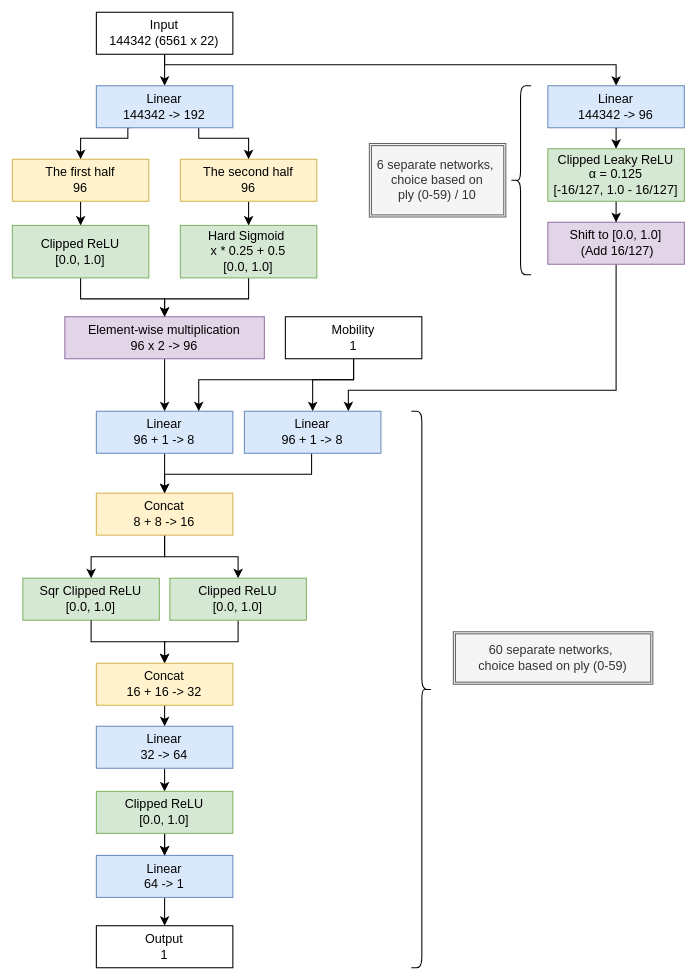
Earlier version of the draw.io export docs/img/nn_architecture.svg (natsutteatsuiyone/neural-reversi). Source tidied: cells renumbered, new cells last; positions are measured from the earlier drawing's top-left corner, leaving out a move shared by most shapes.
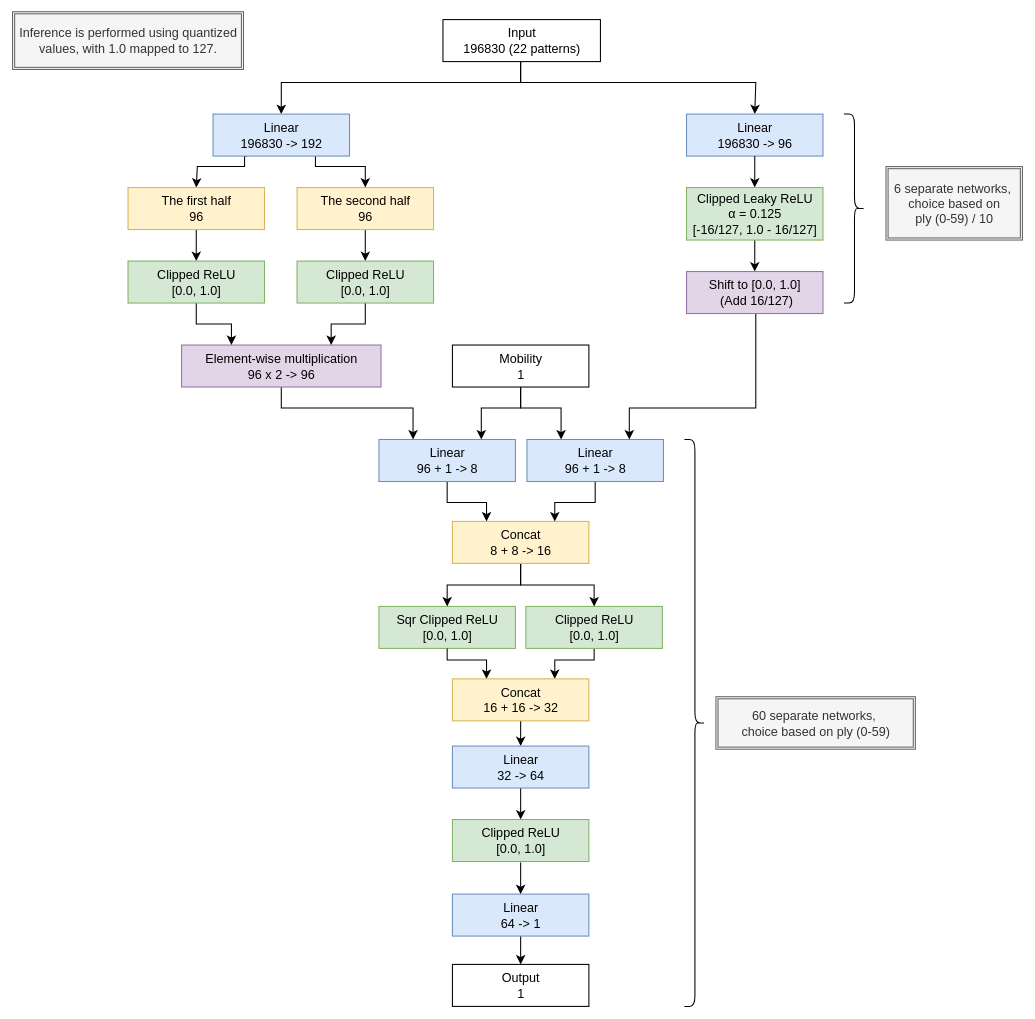
After the change.

Diff of the diagram source:
```diff
@@ -4,17 +4,22 @@
     <mxCell id="1" parent="0" />
+    <mxCell id="3" style="edgeStyle=orthogonalEdgeStyle;rounded=0;jettySize=auto;html=1;entryX=0.5;entryY=0;entryDx=0;entryDy=0;" parent="1" edge="1" source="4" target="30">
+      <mxGeometry relative="1" as="geometry">
+        <Array as="points">
+          <mxPoint x="464" y="40" />
+          <mxPoint x="688" y="40" />
+        </Array>
+      </mxGeometry>
+    </mxCell>
-    <mxCell id="2" style="edgeStyle=orthogonalEdgeStyle;rounded=0;jettySize=auto;html=1;entryX=0.5;entryY=0;entryDx=0;entryDy=0;" parent="1" edge="1" source="4" target="20">
-      <mxGeometry relative="1" as="geometry" />
+    <mxCell id="2" style="edgeStyle=orthogonalEdgeStyle;rounded=0;jettySize=auto;html=1;" parent="1" edge="1" source="4" target="20">
+      <mxGeometry relative="1" as="geometry">
+        <Array as="points">
+          <mxPoint x="464" y="40" />
+          <mxPoint x="236" y="40" />
+        </Array>
+      </mxGeometry>
     </mxCell>
-    <mxCell id="3" style="edgeStyle=orthogonalEdgeStyle;rounded=0;jettySize=auto;html=1;exitX=0.5;exitY=1;exitDx=0;exitDy=0;entryX=0.5;entryY=0;entryDx=0;entryDy=0;" parent="1" edge="1" source="4" target="30">
-      <mxGeometry relative="1" as="geometry">
-        <Array as="points">
-          <mxPoint x="280" y="50" />
-          <mxPoint x="490" y="50" />
-        </Array>
-      </mxGeometry>
-    </mxCell>
-    <mxCell id="4" value="Input&lt;div&gt;144342 (6561 x 22)&lt;/div&gt;" style="rounded=0;whiteSpace=wrap;html=1;" parent="1" vertex="1">
-      <mxGeometry x="80" width="130" height="40" as="geometry" />
+    <mxCell id="4" value="Input&lt;div&gt;196830 (22 patterns)&lt;/div&gt;" style="rounded=0;whiteSpace=wrap;html=1;" parent="1" vertex="1">
+      <mxGeometry x="390" y="-20" width="150" height="40" as="geometry" />
     </mxCell>
-    <mxCell id="5" style="edgeStyle=orthogonalEdgeStyle;rounded=0;jettySize=auto;html=1;" parent="1" edge="1" source="6" target="42">
+    <mxCell id="5" style="edgeStyle=orthogonalEdgeStyle;rounded=0;jettySize=auto;html=1;entryX=0.25;entryY=0;entryDx=0;entryDy=0;" parent="1" edge="1" source="6" target="42">
       <mxGeometry relative="1" as="geometry" />
@@ -22,3 +27,3 @@
     <mxCell id="6" value="Linear&lt;br&gt;96 + 1 -&amp;gt; 8" style="rounded=0;whiteSpace=wrap;html=1;fillColor=#dae8fc;strokeColor=#6c8ebf;" parent="1" vertex="1">
-      <mxGeometry x="80" y="380" width="130" height="40" as="geometry" />
+      <mxGeometry x="329" y="380" width="130" height="40" as="geometry" />
     </mxCell>
@@ -32,31 +37,31 @@
     </mxCell>
-    <mxCell id="9" style="edgeStyle=orthogonalEdgeStyle;rounded=0;jettySize=auto;html=1;entryX=0.5;entryY=0;entryDx=0;entryDy=0;" parent="1" edge="1" source="10" target="17">
-      <mxGeometry relative="1" as="geometry" />
-    </mxCell>
+    <mxCell id="53" style="edgeStyle=orthogonalEdgeStyle;rounded=0;jettySize=auto;html=1;" parent="1" edge="1" source="10">
+      <mxGeometry relative="1" as="geometry">
+        <mxPoint x="464" y="742" as="targetPoint" />
+      </mxGeometry>
+    </mxCell>
     <mxCell id="10" value="Linear&lt;br&gt;32 -&amp;gt; 64" style="rounded=0;whiteSpace=wrap;html=1;fillColor=#dae8fc;strokeColor=#6c8ebf;" parent="1" vertex="1">
-      <mxGeometry x="80" y="680" width="130" height="40" as="geometry" />
+      <mxGeometry x="399" y="672" width="130" height="40" as="geometry" />
     </mxCell>
     <mxCell id="11" style="shape=curlyBracket;whiteSpace=wrap;html=1;rounded=1;flipH=1;" parent="1" vertex="1">
-      <mxGeometry x="380" y="380" width="20" height="530" as="geometry" />
+      <mxGeometry x="620" y="380" width="20" height="540" as="geometry" />
     </mxCell>
     <mxCell id="12" value="60 separate networks,&amp;nbsp;&lt;div&gt;choice based on ply (0-59)&lt;/div&gt;" style="shape=ext;double=1;rounded=0;whiteSpace=wrap;html=1;fillColor=#f5f5f5;fontColor=#333333;strokeColor=#666666;" parent="1" vertex="1">
-      <mxGeometry x="420" y="590" width="190" height="50" as="geometry" />
+      <mxGeometry x="650" y="625" width="190" height="50" as="geometry" />
     </mxCell>
-    <mxCell id="13" style="edgeStyle=orthogonalEdgeStyle;rounded=0;jettySize=auto;html=1;" parent="1" edge="1" source="14">
-      <mxGeometry relative="1" as="geometry">
-        <mxPoint x="145" y="870" as="targetPoint" />
-      </mxGeometry>
-    </mxCell>
-    <mxCell id="14" value="Linear&lt;br&gt;64 -&amp;gt; 1" style="rounded=0;whiteSpace=wrap;html=1;fillColor=#dae8fc;strokeColor=#6c8ebf;" parent="1" vertex="1">
-      <mxGeometry x="80" y="803" width="130" height="40" as="geometry" />
-    </mxCell>
+    <mxCell id="54" style="edgeStyle=orthogonalEdgeStyle;rounded=0;orthogonalLoop=1;jettySize=auto;html=1;entryX=0.5;entryY=0;entryDx=0;entryDy=0;" parent="1" edge="1">
+      <mxGeometry relative="1" as="geometry">
+        <mxPoint x="405.1" y="1041" as="sourcePoint" />
+      </mxGeometry>
+    </mxCell>
-    <mxCell id="15" style="edgeStyle=orthogonalEdgeStyle;rounded=0;jettySize=auto;html=1;" parent="1" edge="1" source="17" target="14">
-      <mxGeometry relative="1" as="geometry" />
+    <mxCell id="15" style="edgeStyle=orthogonalEdgeStyle;rounded=0;orthogonalLoop=1;jettySize=auto;html=1;" parent="1" edge="1">
+      <mxGeometry relative="1" as="geometry">
+        <mxPoint x="405.1" y="1001" as="targetPoint" />
+      </mxGeometry>
     </mxCell>
-    <mxCell id="16" style="edgeStyle=orthogonalEdgeStyle;rounded=0;jettySize=auto;html=1;" parent="1" edge="1" source="17" target="14">
-      <mxGeometry relative="1" as="geometry" />
+    <mxCell id="16" style="edgeStyle=orthogonalEdgeStyle;rounded=0;orthogonalLoop=1;jettySize=auto;html=1;" parent="1" edge="1">
+      <mxGeometry relative="1" as="geometry">
+        <mxPoint x="405.1" y="1001" as="targetPoint" />
+      </mxGeometry>
     </mxCell>
-    <mxCell id="17" value="Clipped ReLU&lt;div&gt;[0.0, 1.0]&lt;/div&gt;" style="rounded=0;whiteSpace=wrap;html=1;fillColor=#d5e8d4;strokeColor=#82b366;" parent="1" vertex="1">
-      <mxGeometry x="80" y="742" width="130" height="40" as="geometry" />
-    </mxCell>
     <mxCell id="18" style="edgeStyle=orthogonalEdgeStyle;rounded=0;jettySize=auto;html=1;entryX=0.5;entryY=0;entryDx=0;entryDy=0;exitX=0.25;exitY=1;exitDx=0;exitDy=0;" parent="1" edge="1" source="20" target="27">
@@ -64,5 +69,5 @@
         <Array as="points">
-          <mxPoint x="110" y="110" />
-          <mxPoint x="110" y="120" />
-          <mxPoint x="65" y="120" />
+          <mxPoint x="201" y="110" />
+          <mxPoint x="201" y="120" />
+          <mxPoint x="156" y="120" />
         </Array>
@@ -73,4 +78,4 @@
         <Array as="points">
-          <mxPoint x="178" y="120" />
-          <mxPoint x="225" y="120" />
+          <mxPoint x="269" y="120" />
+          <mxPoint x="316" y="120" />
         </Array>
@@ -78,19 +83,29 @@
     </mxCell>
-    <mxCell id="20" value="Linear&lt;br&gt;144342 -&amp;gt; 192" style="rounded=0;whiteSpace=wrap;html=1;fillColor=#dae8fc;strokeColor=#6c8ebf;" parent="1" vertex="1">
-      <mxGeometry x="80" y="70" width="130" height="40" as="geometry" />
+    <mxCell id="20" value="Linear&lt;br&gt;196830 -&amp;gt; 192" style="rounded=0;whiteSpace=wrap;html=1;fillColor=#dae8fc;strokeColor=#6c8ebf;" parent="1" vertex="1">
+      <mxGeometry x="171" y="70" width="130" height="40" as="geometry" />
     </mxCell>
-    <mxCell id="21" style="edgeStyle=orthogonalEdgeStyle;rounded=0;jettySize=auto;html=1;exitX=0.5;exitY=1;exitDx=0;exitDy=0;entryX=0.5;entryY=0;entryDx=0;entryDy=0;" parent="1" edge="1" source="22" target="6">
-      <mxGeometry relative="1" as="geometry" />
+    <mxCell id="21" style="edgeStyle=orthogonalEdgeStyle;rounded=0;jettySize=auto;html=1;exitX=0.5;exitY=1;exitDx=0;exitDy=0;entryX=0.25;entryY=0;entryDx=0;entryDy=0;" parent="1" edge="1" source="22" target="6">
+      <mxGeometry relative="1" as="geometry">
+        <Array as="points">
+          <mxPoint x="236" y="350" />
+          <mxPoint x="362" y="350" />
+        </Array>
+      </mxGeometry>
     </mxCell>
     <mxCell id="22" value="Element-wise multiplication&lt;div&gt;96 x 2 -&amp;gt; 96&lt;/div&gt;" style="rounded=0;whiteSpace=wrap;html=1;fillColor=#e1d5e7;strokeColor=#9673a6;" parent="1" vertex="1">
-      <mxGeometry x="50" y="290" width="190" height="40" as="geometry" />
+      <mxGeometry x="141" y="290" width="190" height="40" as="geometry" />
     </mxCell>
     <mxCell id="23" value="Sqr Clipped ReLU&lt;div&gt;[0.0, 1.0]&lt;/div&gt;" style="rounded=0;whiteSpace=wrap;html=1;fillColor=#d5e8d4;strokeColor=#82b366;" parent="1" vertex="1">
-      <mxGeometry x="10" y="539" width="130" height="40" as="geometry" />
+      <mxGeometry x="329" y="539" width="130" height="40" as="geometry" />
     </mxCell>
-    <mxCell id="24" style="edgeStyle=orthogonalEdgeStyle;rounded=0;jettySize=auto;html=1;entryX=0.5;entryY=0;entryDx=0;entryDy=0;" parent="1" edge="1" source="25" target="46">
-      <mxGeometry relative="1" as="geometry" />
+    <mxCell id="24" style="edgeStyle=orthogonalEdgeStyle;rounded=0;jettySize=auto;html=1;entryX=0.75;entryY=0;entryDx=0;entryDy=0;" parent="1" edge="1" source="25" target="46">
+      <mxGeometry relative="1" as="geometry">
+        <Array as="points">
+          <mxPoint x="534" y="590" />
+          <mxPoint x="497" y="590" />
+        </Array>
+      </mxGeometry>
     </mxCell>
     <mxCell id="25" value="Clipped ReLU&lt;div&gt;[0.0, 1.0]&lt;/div&gt;" style="rounded=0;whiteSpace=wrap;html=1;fillColor=#d5e8d4;strokeColor=#82b366;" parent="1" vertex="1">
-      <mxGeometry x="150" y="539" width="130" height="40" as="geometry" />
+      <mxGeometry x="469" y="539" width="130" height="40" as="geometry" />
     </mxCell>
@@ -100,3 +115,3 @@
     <mxCell id="27" value="&lt;div&gt;The first half&lt;/div&gt;96" style="rounded=0;whiteSpace=wrap;html=1;fillColor=#fff2cc;strokeColor=#d6b656;" parent="1" vertex="1">
-      <mxGeometry y="140" width="130" height="40" as="geometry" />
+      <mxGeometry x="90" y="140" width="130" height="40" as="geometry" />
     </mxCell>
@@ -106,6 +121,6 @@
     <mxCell id="29" value="&lt;div&gt;The second half&lt;/div&gt;96" style="rounded=0;whiteSpace=wrap;html=1;fillColor=#fff2cc;strokeColor=#d6b656;" parent="1" vertex="1">
-      <mxGeometry x="160" y="140" width="130" height="40" as="geometry" />
+      <mxGeometry x="251" y="140" width="130" height="40" as="geometry" />
     </mxCell>
-    <mxCell id="30" value="Linear&lt;br&gt;144342 -&amp;gt; 96" style="rounded=0;whiteSpace=wrap;html=1;fillColor=#dae8fc;strokeColor=#6c8ebf;" parent="1" vertex="1">
-      <mxGeometry x="510" y="70" width="130" height="40" as="geometry" />
+    <mxCell id="30" value="Linear&lt;br&gt;196830 -&amp;gt; 96" style="rounded=0;whiteSpace=wrap;html=1;fillColor=#dae8fc;strokeColor=#6c8ebf;" parent="1" vertex="1">
+      <mxGeometry x="622" y="70" width="130" height="40" as="geometry" />
     </mxCell>
@@ -114,10 +129,2 @@
     </mxCell>
-    <mxCell id="32" style="edgeStyle=orthogonalEdgeStyle;rounded=0;jettySize=auto;html=1;exitX=0.5;exitY=1;exitDx=0;exitDy=0;" parent="1" edge="1" source="48" target="44">
-      <mxGeometry relative="1" as="geometry">
-        <Array as="points">
-          <mxPoint x="575" y="360" />
-          <mxPoint x="320" y="360" />
-        </Array>
-      </mxGeometry>
-    </mxCell>
     <mxCell id="33" style="edgeStyle=orthogonalEdgeStyle;rounded=0;jettySize=auto;html=1;entryX=0.5;entryY=0;entryDx=0;entryDy=0;" parent="1" edge="1" source="34" target="48">
@@ -126,9 +133,9 @@
     <mxCell id="34" value="Clipped Leaky ReLU&lt;div&gt;α = 0.125&lt;br&gt;&lt;div&gt;[-16/127, 1.0 - 16/127]&lt;/div&gt;&lt;/div&gt;" style="rounded=0;whiteSpace=wrap;html=1;fillColor=#d5e8d4;strokeColor=#82b366;" parent="1" vertex="1">
-      <mxGeometry x="510" y="130" width="130" height="50" as="geometry" />
+      <mxGeometry x="622" y="140" width="130" height="50" as="geometry" />
     </mxCell>
-    <mxCell id="35" style="shape=curlyBracket;whiteSpace=wrap;html=1;rounded=1;flipH=1;rotation=-180;" parent="1" vertex="1">
-      <mxGeometry x="474" y="70" width="20" height="180" as="geometry" />
+    <mxCell id="35" style="shape=curlyBracket;whiteSpace=wrap;html=1;rounded=1;flipH=1;rotation=0;" parent="1" vertex="1">
+      <mxGeometry x="772" y="70" width="20" height="180" as="geometry" />
     </mxCell>
     <mxCell id="36" value="6 separate networks,&amp;nbsp;&lt;div&gt;choice based on&lt;/div&gt;&lt;div&gt;ply (0-59) / 10&lt;/div&gt;" style="shape=ext;double=1;rounded=0;whiteSpace=wrap;html=1;fillColor=#f5f5f5;fontColor=#333333;strokeColor=#666666;" parent="1" vertex="1">
-      <mxGeometry x="340" y="125" width="130" height="70" as="geometry" />
+      <mxGeometry x="812" y="120" width="130" height="70" as="geometry" />
     </mxCell>
@@ -137,4 +144,4 @@
         <Array as="points">
-          <mxPoint x="325" y="350" />
-          <mxPoint x="178" y="350" />
+          <mxPoint x="464" y="350" />
+          <mxPoint x="426" y="350" />
         </Array>
@@ -142,7 +149,7 @@
     </mxCell>
-    <mxCell id="38" style="edgeStyle=orthogonalEdgeStyle;rounded=0;jettySize=auto;html=1;entryX=0.5;entryY=0;entryDx=0;entryDy=0;" parent="1" edge="1" source="39" target="44">
+    <mxCell id="38" style="edgeStyle=orthogonalEdgeStyle;rounded=0;jettySize=auto;html=1;entryX=0.25;entryY=0;entryDx=0;entryDy=0;" parent="1" edge="1" source="39" target="44">
       <mxGeometry relative="1" as="geometry">
         <Array as="points">
-          <mxPoint x="325" y="350" />
-          <mxPoint x="286" y="350" />
+          <mxPoint x="464" y="350" />
+          <mxPoint x="502" y="350" />
         </Array>
@@ -151,3 +158,3 @@
     <mxCell id="39" value="Mobility&lt;br&gt;&lt;div&gt;1&lt;/div&gt;" style="rounded=0;whiteSpace=wrap;html=1;" parent="1" vertex="1">
-      <mxGeometry x="260" y="290" width="130" height="40" as="geometry" />
+      <mxGeometry x="399" y="290" width="130" height="40" as="geometry" />
     </mxCell>
@@ -160,39 +167,74 @@
     <mxCell id="42" value="Concat&lt;br&gt;8 + 8 -&amp;gt; 16" style="rounded=0;whiteSpace=wrap;html=1;fillColor=#fff2cc;strokeColor=#d6b656;" parent="1" vertex="1">
-      <mxGeometry x="80" y="458" width="130" height="40" as="geometry" />
+      <mxGeometry x="399" y="458" width="130" height="40" as="geometry" />
     </mxCell>
-    <mxCell id="43" style="edgeStyle=orthogonalEdgeStyle;rounded=0;jettySize=auto;html=1;entryX=0.5;entryY=0;entryDx=0;entryDy=0;" parent="1" edge="1" source="44" target="42">
-      <mxGeometry relative="1" as="geometry">
-        <Array as="points">
-          <mxPoint x="285" y="440" />
-          <mxPoint x="145" y="440" />
-        </Array>
-      </mxGeometry>
+    <mxCell id="43" style="edgeStyle=orthogonalEdgeStyle;rounded=0;jettySize=auto;html=1;entryX=0.75;entryY=0;entryDx=0;entryDy=0;" parent="1" edge="1" source="44" target="42">
+      <mxGeometry relative="1" as="geometry" />
     </mxCell>
     <mxCell id="44" value="Linear&lt;br&gt;96 + 1 -&amp;gt; 8" style="rounded=0;whiteSpace=wrap;html=1;fillColor=#dae8fc;strokeColor=#6c8ebf;" parent="1" vertex="1">
-      <mxGeometry x="221" y="380" width="130" height="40" as="geometry" />
+      <mxGeometry x="470" y="380" width="130" height="40" as="geometry" />
     </mxCell>
-    <mxCell id="45" style="edgeStyle=orthogonalEdgeStyle;rounded=0;jettySize=auto;html=1;entryX=0.5;entryY=0;entryDx=0;entryDy=0;exitX=0.5;exitY=1;exitDx=0;exitDy=0;" parent="1" edge="1" source="23" target="46">
-      <mxGeometry relative="1" as="geometry" />
+    <mxCell id="45" style="edgeStyle=orthogonalEdgeStyle;rounded=0;jettySize=auto;html=1;entryX=0.25;entryY=0;entryDx=0;entryDy=0;exitX=0.5;exitY=1;exitDx=0;exitDy=0;" parent="1" edge="1" source="23" target="46">
+      <mxGeometry relative="1" as="geometry">
+        <Array as="points">
+          <mxPoint x="394" y="590" />
+          <mxPoint x="432" y="590" />
+        </Array>
+      </mxGeometry>
     </mxCell>
     <mxCell id="46" value="&lt;div&gt;Concat&lt;/div&gt;16 + 16 -&amp;gt; 32" style="rounded=0;whiteSpace=wrap;html=1;fillColor=#fff2cc;strokeColor=#d6b656;" parent="1" vertex="1">
-      <mxGeometry x="80" y="620" width="130" height="40" as="geometry" />
+      <mxGeometry x="399" y="608" width="130" height="40" as="geometry" />
     </mxCell>
-    <mxCell id="47" value="Output&lt;div&gt;1&lt;/div&gt;" style="rounded=0;whiteSpace=wrap;html=1;" parent="1" vertex="1">
-      <mxGeometry x="80" y="870" width="130" height="40" as="geometry" />
-    </mxCell>
+    <mxCell id="32" style="edgeStyle=orthogonalEdgeStyle;rounded=0;jettySize=auto;html=1;entryX=0.75;entryY=0;entryDx=0;entryDy=0;exitX=0.5;exitY=1;exitDx=0;exitDy=0;" parent="1" edge="1" source="48" target="44">
+      <mxGeometry relative="1" as="geometry">
+        <Array as="points">
+          <mxPoint x="688" y="350" />
+          <mxPoint x="568" y="350" />
+        </Array>
+      </mxGeometry>
+    </mxCell>
     <mxCell id="48" value="Shift to [0.0, 1.0]&lt;div&gt;&amp;nbsp;(Add 16/127)&lt;/div&gt;" style="rounded=0;whiteSpace=wrap;html=1;fillColor=#e1d5e7;strokeColor=#9673a6;" parent="1" vertex="1">
-      <mxGeometry x="510" y="200" width="130" height="40" as="geometry" />
+      <mxGeometry x="622" y="220" width="130" height="40" as="geometry" />
     </mxCell>
-    <mxCell id="49" style="edgeStyle=orthogonalEdgeStyle;rounded=0;jettySize=auto;html=1;" parent="1" edge="1" source="50" target="22">
-      <mxGeometry relative="1" as="geometry" />
+    <mxCell id="49" style="edgeStyle=orthogonalEdgeStyle;rounded=0;jettySize=auto;html=1;entryX=0.25;entryY=0;entryDx=0;entryDy=0;" parent="1" edge="1" source="50" target="22">
+      <mxGeometry relative="1" as="geometry">
+        <Array as="points">
+          <mxPoint x="155" y="270" />
+          <mxPoint x="189" y="270" />
+        </Array>
+      </mxGeometry>
     </mxCell>
     <mxCell id="50" value="Clipped ReLU&lt;div&gt;[0.0, 1.0]&lt;/div&gt;" style="rounded=0;whiteSpace=wrap;html=1;fillColor=#d5e8d4;strokeColor=#82b366;" parent="1" vertex="1">
-      <mxGeometry y="203" width="130" height="50" as="geometry" />
+      <mxGeometry x="90" y="210" width="130" height="40" as="geometry" />
     </mxCell>
-    <mxCell id="51" style="edgeStyle=orthogonalEdgeStyle;rounded=0;jettySize=auto;html=1;" parent="1" edge="1" source="52" target="22">
-      <mxGeometry relative="1" as="geometry" />
+    <mxCell id="51" style="edgeStyle=orthogonalEdgeStyle;rounded=0;jettySize=auto;html=1;entryX=0.75;entryY=0;entryDx=0;entryDy=0;" parent="1" edge="1" source="52" target="22">
+      <mxGeometry relative="1" as="geometry">
+        <Array as="points">
+          <mxPoint x="316" y="270" />
+          <mxPoint x="284" y="270" />
+        </Array>
+      </mxGeometry>
     </mxCell>
-    <mxCell id="52" value="Hard Sigmoid&amp;nbsp;&lt;div&gt;&lt;span style=&quot;background-color: transparent; color: light-dark(rgb(0, 0, 0), rgb(255, 255, 255));&quot;&gt;x * 0.25 + 0.5&lt;/span&gt;&lt;div&gt;&lt;div&gt;[0.0, 1.0]&lt;/div&gt;&lt;/div&gt;&lt;/div&gt;" style="rounded=0;whiteSpace=wrap;html=1;fillColor=#d5e8d4;strokeColor=#82b366;" parent="1" vertex="1">
-      <mxGeometry x="160" y="203" width="130" height="50" as="geometry" />
+    <mxCell id="52" value="Clipped ReLU&lt;div&gt;[0.0, 1.0]&lt;/div&gt;" style="rounded=0;whiteSpace=wrap;html=1;fillColor=#d5e8d4;strokeColor=#82b366;" parent="1" vertex="1">
+      <mxGeometry x="251" y="210" width="130" height="40" as="geometry" />
     </mxCell>
+    <mxCell id="17" value="Clipped ReLU&lt;div&gt;[0.0, 1.0]&lt;/div&gt;" style="rounded=0;whiteSpace=wrap;html=1;fillColor=#d5e8d4;strokeColor=#82b366;" parent="1" vertex="1">
+      <mxGeometry x="399" y="742" width="130" height="40" as="geometry" />
+    </mxCell>
+    <mxCell id="55" value="Inference is performed using quantized values, with 1.0 mapped to 127." style="shape=ext;double=1;rounded=0;whiteSpace=wrap;html=1;fillColor=#f5f5f5;fontColor=#333333;strokeColor=#666666;" parent="1" vertex="1">
+      <mxGeometry x="-20" y="-27.5" width="220" height="55" as="geometry" />
+    </mxCell>
+    <mxCell id="56" style="edgeStyle=orthogonalEdgeStyle;rounded=0;jettySize=auto;html=1;" parent="1" edge="1" source="14" target="47">
+      <mxGeometry relative="1" as="geometry" />
+    </mxCell>
+    <mxCell id="14" value="Linear&lt;br&gt;64 -&amp;gt; 1" style="rounded=0;whiteSpace=wrap;html=1;fillColor=#dae8fc;strokeColor=#6c8ebf;" parent="1" vertex="1">
+      <mxGeometry x="399" y="813" width="130" height="40" as="geometry" />
+    </mxCell>
+    <mxCell id="57" style="edgeStyle=orthogonalEdgeStyle;rounded=0;jettySize=auto;html=1;entryX=0.5;entryY=0;entryDx=0;entryDy=0;" parent="1" edge="1" target="14">
+      <mxGeometry relative="1" as="geometry">
+        <mxPoint x="464" y="783" as="sourcePoint" />
+      </mxGeometry>
+    </mxCell>
+    <mxCell id="47" value="Output&lt;div&gt;1&lt;/div&gt;" style="rounded=0;whiteSpace=wrap;html=1;" parent="1" vertex="1">
+      <mxGeometry x="399" y="880" width="130" height="40" as="geometry" />
+    </mxCell>
   </root>
```
